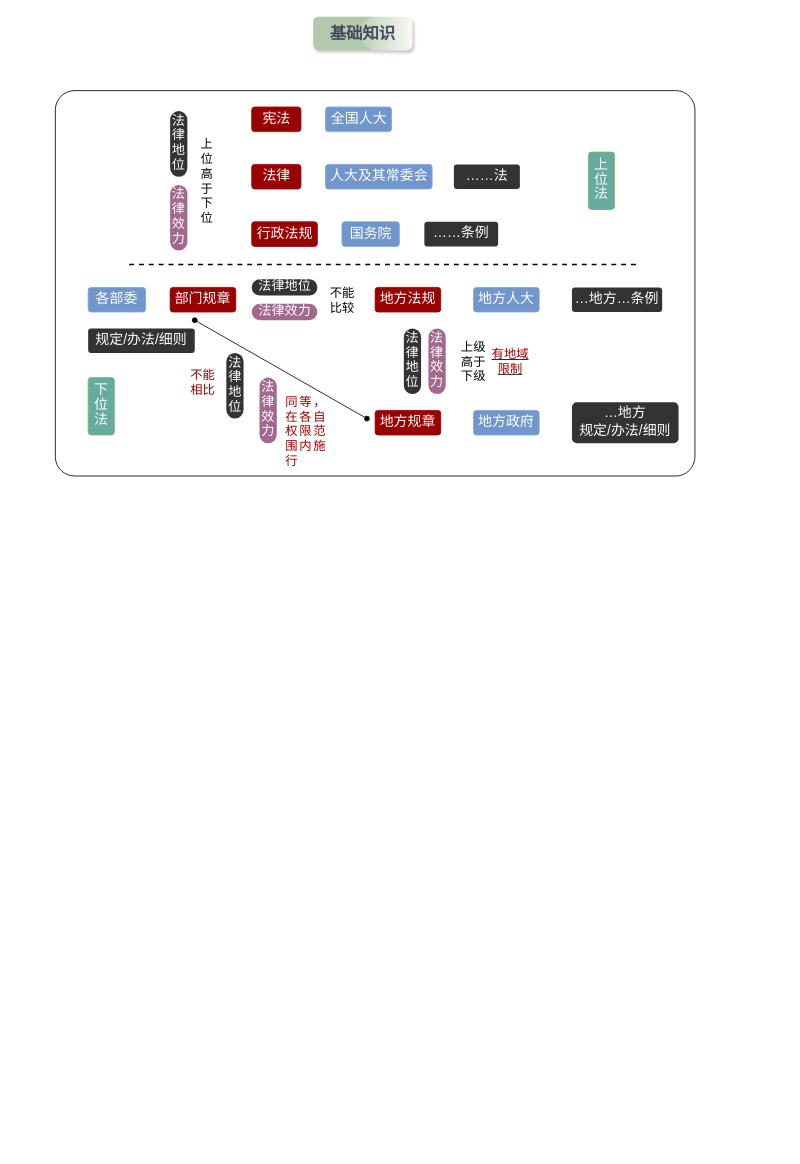
Above: page "第 2 页" (2 of 3) of draw_book/安全法规/安全生产法.drawio in beijiushare/GraphNote (draw.io), before the change. Source tidied: cells renumbered, new cells numbered last; positions are measured from the earlier drawing's top-left corner, leaving out a move shared by most shapes. Both pictures are drawn from the tidied source at 82%, with x=0, y=0 at pixel (55, 16).
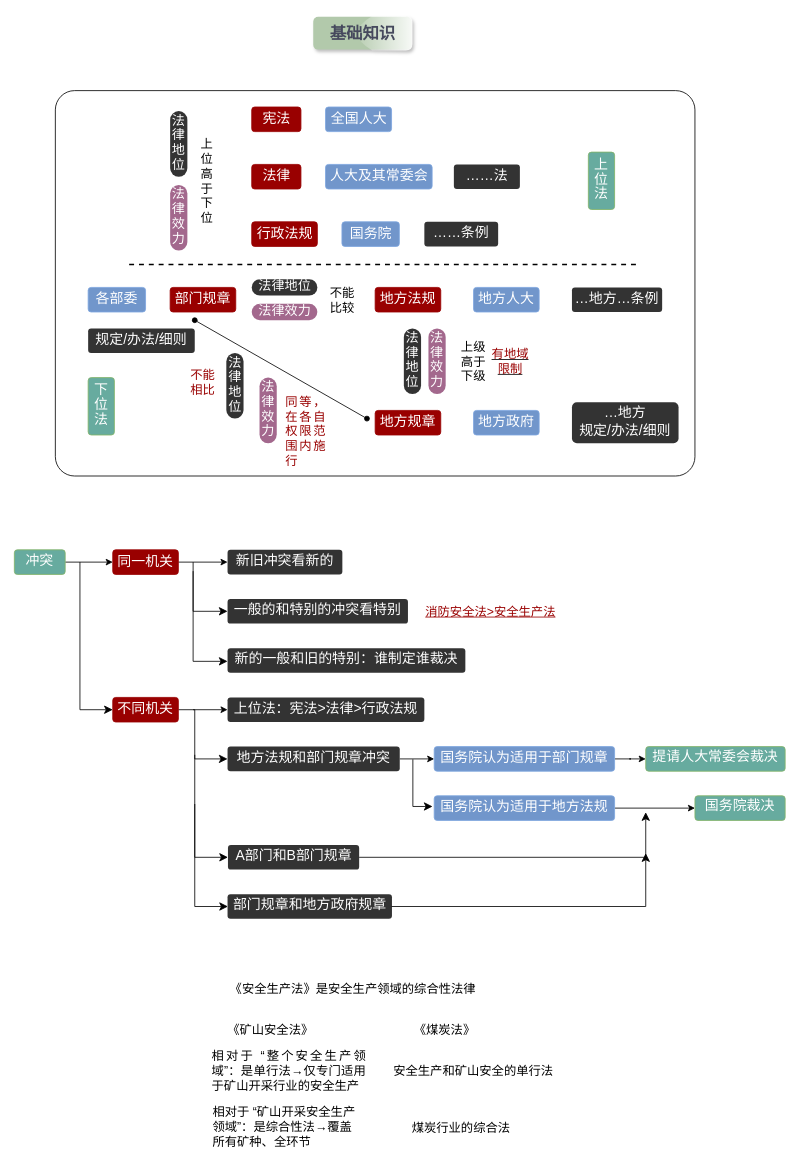
Above is the later version.

Commit message:
更新安全生产法.drawio

What changed in the source:
```diff
@@
+    <mxCell id="39" style="edgeStyle=orthogonalEdgeStyle;rounded=0;jettySize=auto;html=1;fontFamily=霞鹜文楷;fontSize=15;fontColor=default;" parent="1" edge="1" source="40" target="42">
+      <mxGeometry relative="1" as="geometry" />
+    </mxCell>
+    <mxCell id="40" value="&lt;font style=&quot;color: rgb(255, 255, 255); line-height: 100%; font-size: 17px;&quot;&gt;冲突&lt;/font&gt;" style="rounded=1;whiteSpace=wrap;html=1;align=center;verticalAlign=middle;fontFamily=霞鹜文楷;fontSize=15;fillColor=#67AB9F;strokeColor=#82b366;arcSize=12;spacing=2;spacingBottom=4;" parent="1" vertex="1">
+      <mxGeometry x="-50" y="650" width="62" height="30" as="geometry" />
+    </mxCell>
+    <mxCell id="41" style="edgeStyle=orthogonalEdgeStyle;rounded=0;jettySize=auto;html=1;fontFamily=霞鹜文楷;fontSize=15;fontColor=default;" parent="1" edge="1" source="42" target="46">
+      <mxGeometry relative="1" as="geometry" />
+    </mxCell>
+    <mxCell id="42" value="&lt;font style=&quot;color: rgb(255, 255, 255); line-height: 100%; font-size: 17px;&quot;&gt;同一机关&lt;/font&gt;" style="rounded=1;whiteSpace=wrap;html=1;align=center;verticalAlign=middle;fontFamily=霞鹜文楷;fontSize=15;fillColor=#990000;strokeColor=#990000;arcSize=12;spacing=2;spacingBottom=3;" parent="1" vertex="1">
+      <mxGeometry x="70" y="650" width="80" height="30" as="geometry" />
+    </mxCell>
+    <mxCell id="43" style="edgeStyle=orthogonalEdgeStyle;rounded=0;jettySize=auto;html=1;fontFamily=霞鹜文楷;fontSize=15;fontColor=default;" parent="1" edge="1" source="44" target="50">
+      <mxGeometry relative="1" as="geometry" />
+    </mxCell>
+    <mxCell id="44" value="&lt;font style=&quot;color: rgb(255, 255, 255); line-height: 100%; font-size: 17px;&quot;&gt;不同机关&lt;/font&gt;" style="rounded=1;whiteSpace=wrap;html=1;align=center;verticalAlign=middle;fontFamily=霞鹜文楷;fontSize=15;fillColor=#990000;strokeColor=#990000;arcSize=12;spacing=2;spacingBottom=3;" parent="1" vertex="1">
+      <mxGeometry x="70" y="830" width="80" height="30" as="geometry" />
+    </mxCell>
+    <mxCell id="45" style="edgeStyle=segmentEdgeStyle;endArrow=classic;html=1;curved=0;rounded=0;endSize=8;startSize=8;fontFamily=霞鹜文楷;fontSize=15;fontColor=default;entryX=0;entryY=0.5;entryDx=0;entryDy=0;" parent="1" edge="1" target="44">
+      <mxGeometry relative="1" as="geometry">
+        <mxPoint x="30" y="665" as="sourcePoint" />
+        <Array as="points">
+          <mxPoint x="30" y="845" />
+        </Array>
+      </mxGeometry>
+    </mxCell>
+    <mxCell id="46" value="&lt;font color=&quot;#ffffff&quot;&gt;&lt;span style=&quot;font-size: 17px;&quot;&gt;新旧冲突看新的&lt;/span&gt;&lt;/font&gt;" style="rounded=1;whiteSpace=wrap;html=1;align=center;verticalAlign=middle;fontFamily=霞鹜文楷;fontSize=15;fillColor=#333333;strokeColor=none;arcSize=12;spacing=2;spacingBottom=3;" parent="1" vertex="1">
+      <mxGeometry x="210" y="650" width="140" height="30" as="geometry" />
+    </mxCell>
+    <mxCell id="47" value="&lt;font color=&quot;#ffffff&quot;&gt;&lt;span style=&quot;font-size: 17px;&quot;&gt;一般的和特别的冲突看特别&lt;/span&gt;&lt;/font&gt;" style="rounded=1;whiteSpace=wrap;html=1;align=center;verticalAlign=middle;fontFamily=霞鹜文楷;fontSize=15;fillColor=#333333;strokeColor=none;arcSize=12;spacing=2;spacingBottom=3;" parent="1" vertex="1">
+      <mxGeometry x="210" y="710" width="220" height="30" as="geometry" />
+    </mxCell>
+    <mxCell id="48" value="&lt;font style=&quot;color: rgb(153, 0, 0);&quot;&gt;&lt;u&gt;消防安全法&amp;gt;安全生产法&lt;/u&gt;&lt;/font&gt;" style="text;html=1;whiteSpace=wrap;strokeColor=none;fillColor=none;align=center;verticalAlign=middle;rounded=0;fontFamily=霞鹜文楷;fontSize=15;fontColor=default;" parent="1" vertex="1">
+      <mxGeometry x="436" y="710" width="190" height="30" as="geometry" />
+    </mxCell>
+    <mxCell id="49" value="&lt;font color=&quot;#ffffff&quot;&gt;&lt;span style=&quot;font-size: 17px;&quot;&gt;新的一般和旧的特别：谁制定谁裁决&lt;/span&gt;&lt;/font&gt;" style="rounded=1;whiteSpace=wrap;html=1;align=center;verticalAlign=middle;fontFamily=霞鹜文楷;fontSize=15;fillColor=#333333;strokeColor=none;arcSize=12;spacing=2;spacingBottom=3;" parent="1" vertex="1">
+      <mxGeometry x="210" y="770" width="290" height="30" as="geometry" />
+    </mxCell>
+    <mxCell id="50" value="&lt;font color=&quot;#ffffff&quot;&gt;&lt;span style=&quot;font-size: 17px;&quot;&gt;上位法：宪法&amp;gt;法律&amp;gt;行政法规&lt;/span&gt;&lt;/font&gt;" style="rounded=1;whiteSpace=wrap;html=1;align=center;verticalAlign=middle;fontFamily=霞鹜文楷;fontSize=15;fillColor=#333333;strokeColor=none;arcSize=12;spacing=2;spacingBottom=3;" parent="1" vertex="1">
+      <mxGeometry x="210" y="830" width="240" height="30" as="geometry" />
+    </mxCell>
+    <mxCell id="51" style="edgeStyle=orthogonalEdgeStyle;rounded=0;jettySize=auto;html=1;fontFamily=霞鹜文楷;fontSize=15;fontColor=default;" parent="1" edge="1" source="52" target="58">
+      <mxGeometry relative="1" as="geometry" />
+    </mxCell>
+    <mxCell id="52" value="&lt;font color=&quot;#ffffff&quot;&gt;&lt;span style=&quot;font-size: 17px;&quot;&gt;地方法规和部门规章冲突&lt;/span&gt;&lt;/font&gt;" style="rounded=1;whiteSpace=wrap;html=1;align=center;verticalAlign=middle;fontFamily=霞鹜文楷;fontSize=15;fillColor=#333333;strokeColor=none;arcSize=12;spacing=2;spacingBottom=3;" parent="1" vertex="1">
+      <mxGeometry x="210" y="890" width="210" height="30" as="geometry" />
+    </mxCell>
+    <mxCell id="53" value="&lt;font color=&quot;#ffffff&quot;&gt;&lt;span style=&quot;font-size: 17px;&quot;&gt;A部门和B部门规章&lt;/span&gt;&lt;/font&gt;" style="rounded=1;whiteSpace=wrap;html=1;align=center;verticalAlign=middle;fontFamily=霞鹜文楷;fontSize=15;fillColor=#333333;strokeColor=none;arcSize=12;spacing=2;spacingBottom=3;" parent="1" vertex="1">
+      <mxGeometry x="210.5" y="1010" width="160" height="30" as="geometry" />
+    </mxCell>
+    <mxCell id="54" value="&lt;font color=&quot;#ffffff&quot;&gt;&lt;span style=&quot;font-size: 17px;&quot;&gt;部门规章和地方政府规章&lt;/span&gt;&lt;/font&gt;" style="rounded=1;whiteSpace=wrap;html=1;align=center;verticalAlign=middle;fontFamily=霞鹜文楷;fontSize=15;fillColor=#333333;strokeColor=none;arcSize=12;spacing=2;spacingBottom=3;" parent="1" vertex="1">
+      <mxGeometry x="210" y="1070" width="200.5" height="30" as="geometry" />
+    </mxCell>
+    <mxCell id="55" style="edgeStyle=orthogonalEdgeStyle;rounded=0;jettySize=auto;html=1;fontFamily=霞鹜文楷;fontSize=15;fontColor=default;" parent="1" edge="1" source="56" target="60">
+      <mxGeometry relative="1" as="geometry" />
+    </mxCell>
+    <mxCell id="56" value="&lt;font color=&quot;#ffffff&quot;&gt;&lt;span style=&quot;font-size: 17px;&quot;&gt;国务院认为适用于地方法规&lt;/span&gt;&lt;/font&gt;" style="rounded=1;whiteSpace=wrap;html=1;align=center;verticalAlign=middle;fontFamily=霞鹜文楷;fontSize=15;fillColor=#7196CB;strokeColor=#7EA6E0;arcSize=12;spacing=2;spacingBottom=3;" parent="1" vertex="1">
+      <mxGeometry x="462" y="950" width="220" height="30" as="geometry" />
+    </mxCell>
+    <mxCell id="57" style="edgeStyle=orthogonalEdgeStyle;rounded=0;jettySize=auto;html=1;fontFamily=霞鹜文楷;fontSize=15;fontColor=default;" parent="1" edge="1" source="58" target="59">
+      <mxGeometry relative="1" as="geometry" />
+    </mxCell>
+    <mxCell id="58" value="&lt;font color=&quot;#ffffff&quot;&gt;&lt;span style=&quot;font-size: 17px;&quot;&gt;国务院认为适用于部门规章&lt;/span&gt;&lt;/font&gt;" style="rounded=1;whiteSpace=wrap;html=1;align=center;verticalAlign=middle;fontFamily=霞鹜文楷;fontSize=15;fillColor=#7196CB;strokeColor=#7EA6E0;arcSize=12;spacing=2;spacingBottom=3;" parent="1" vertex="1">
+      <mxGeometry x="462" y="890" width="220" height="30" as="geometry" />
+    </mxCell>
+    <mxCell id="59" value="&lt;font color=&quot;#ffffff&quot;&gt;&lt;span style=&quot;font-size: 17px;&quot;&gt;提请人大常委会裁决&lt;/span&gt;&lt;/font&gt;" style="rounded=1;whiteSpace=wrap;html=1;align=center;verticalAlign=middle;fontFamily=霞鹜文楷;fontSize=15;fillColor=#67AB9F;strokeColor=#82b366;arcSize=12;spacing=2;spacingBottom=4;" parent="1" vertex="1">
+      <mxGeometry x="720" y="890" width="170" height="30" as="geometry" />
+    </mxCell>
+    <mxCell id="60" value="&lt;font color=&quot;#ffffff&quot;&gt;&lt;span style=&quot;font-size: 17px;&quot;&gt;国务院裁决&lt;/span&gt;&lt;/font&gt;" style="rounded=1;whiteSpace=wrap;html=1;align=center;verticalAlign=middle;fontFamily=霞鹜文楷;fontSize=15;fillColor=#67AB9F;strokeColor=#82b366;arcSize=12;spacing=2;spacingBottom=4;" parent="1" vertex="1">
+      <mxGeometry x="780" y="950" width="110" height="30" as="geometry" />
+    </mxCell>
+    <mxCell id="61" style="edgeStyle=segmentEdgeStyle;endArrow=classic;html=1;curved=0;rounded=0;endSize=8;startSize=8;fontFamily=霞鹜文楷;fontSize=15;fontColor=default;exitX=1;exitY=0.5;exitDx=0;exitDy=0;" parent="1" edge="1" source="53">
+      <mxGeometry relative="1" as="geometry">
+        <mxPoint x="720" y="970" as="targetPoint" />
+      </mxGeometry>
+    </mxCell>
+    <mxCell id="62" style="edgeStyle=segmentEdgeStyle;endArrow=classic;html=1;curved=0;rounded=0;endSize=8;startSize=8;fontFamily=霞鹜文楷;fontSize=15;fontColor=default;exitX=1;exitY=0.5;exitDx=0;exitDy=0;" parent="1" edge="1">
+      <mxGeometry relative="1" as="geometry">
+        <mxPoint x="410" y="1085" as="sourcePoint" />
+        <mxPoint x="720" y="1020" as="targetPoint" />
+      </mxGeometry>
+    </mxCell>
+    <mxCell id="63" style="edgeStyle=segmentEdgeStyle;endArrow=classic;html=1;curved=0;rounded=0;endSize=8;startSize=8;fontFamily=霞鹜文楷;fontSize=15;fontColor=default;entryX=0;entryY=0.5;entryDx=0;entryDy=0;" parent="1" edge="1" target="47">
+      <mxGeometry relative="1" as="geometry">
+        <mxPoint x="168" y="665" as="sourcePoint" />
+        <Array as="points">
+          <mxPoint x="168" y="725" />
+        </Array>
+      </mxGeometry>
+    </mxCell>
+    <mxCell id="64" style="edgeStyle=segmentEdgeStyle;endArrow=classic;html=1;curved=0;rounded=0;endSize=8;startSize=8;fontFamily=霞鹜文楷;fontSize=15;fontColor=default;entryX=0;entryY=0.5;entryDx=0;entryDy=0;" parent="1" edge="1">
+      <mxGeometry relative="1" as="geometry">
+        <mxPoint x="168" y="676" as="sourcePoint" />
+        <mxPoint x="210" y="786" as="targetPoint" />
+        <Array as="points">
+          <mxPoint x="168" y="786" />
+        </Array>
+      </mxGeometry>
+    </mxCell>
+    <mxCell id="65" style="edgeStyle=segmentEdgeStyle;endArrow=classic;html=1;curved=0;rounded=0;endSize=8;startSize=8;fontFamily=霞鹜文楷;fontSize=15;fontColor=default;entryX=0;entryY=0.5;entryDx=0;entryDy=0;" parent="1" edge="1">
+      <mxGeometry relative="1" as="geometry">
+        <mxPoint x="168" y="845" as="sourcePoint" />
+        <mxPoint x="210" y="905" as="targetPoint" />
+        <Array as="points">
+          <mxPoint x="170" y="845" />
+          <mxPoint x="170" y="905" />
+        </Array>
+      </mxGeometry>
+    </mxCell>
+    <mxCell id="66" style="edgeStyle=segmentEdgeStyle;endArrow=classic;html=1;curved=0;rounded=0;endSize=8;startSize=8;fontFamily=霞鹜文楷;fontSize=15;fontColor=default;entryX=0;entryY=0.5;entryDx=0;entryDy=0;" parent="1" edge="1">
+      <mxGeometry relative="1" as="geometry">
+        <mxPoint x="170" y="900" as="sourcePoint" />
+        <mxPoint x="210.5" y="1025" as="targetPoint" />
+        <Array as="points">
+          <mxPoint x="170" y="900" />
+          <mxPoint x="170" y="1025" />
+        </Array>
+      </mxGeometry>
+    </mxCell>
+    <mxCell id="67" style="edgeStyle=segmentEdgeStyle;endArrow=classic;html=1;curved=0;rounded=0;endSize=8;startSize=8;fontFamily=霞鹜文楷;fontSize=15;fontColor=default;entryX=0;entryY=0.5;entryDx=0;entryDy=0;" parent="1" edge="1">
+      <mxGeometry relative="1" as="geometry">
+        <mxPoint x="170" y="960" as="sourcePoint" />
+        <mxPoint x="210.5" y="1085" as="targetPoint" />
+        <Array as="points">
+          <mxPoint x="170" y="960" />
+          <mxPoint x="170" y="1085" />
+        </Array>
+      </mxGeometry>
+    </mxCell>
+    <mxCell id="68" style="edgeStyle=segmentEdgeStyle;endArrow=classic;html=1;curved=0;rounded=0;endSize=8;startSize=8;fontFamily=霞鹜文楷;fontSize=15;fontColor=default;" parent="1" edge="1">
+      <mxGeometry relative="1" as="geometry">
+        <mxPoint x="436" y="905.5" as="sourcePoint" />
+        <mxPoint x="460" y="963" as="targetPoint" />
+        <Array as="points">
+          <mxPoint x="436" y="905.5" />
+          <mxPoint x="436" y="1030.5" />
+        </Array>
+      </mxGeometry>
+    </mxCell>
+    <mxCell id="69" value="《安全生产法》是安全生产领域的综合性法律" style="text;whiteSpace=wrap;fontFamily=霞鹜文楷;fontSize=15;fontColor=default;" parent="1" vertex="1">
+      <mxGeometry x="210.5" y="1170" width="330" height="40" as="geometry" />
+    </mxCell>
+    <mxCell id="70" value="《矿山安全法》" style="text;html=1;whiteSpace=wrap;strokeColor=none;fillColor=none;align=center;verticalAlign=middle;rounded=0;fontFamily=霞鹜文楷;fontSize=15;fontColor=default;" parent="1" vertex="1">
+      <mxGeometry x="208.5" y="1220" width="100" height="30" as="geometry" />
+    </mxCell>
+    <mxCell id="71" value="《煤炭法》" style="text;html=1;whiteSpace=wrap;strokeColor=none;fillColor=none;align=center;verticalAlign=middle;rounded=0;fontFamily=霞鹜文楷;fontSize=15;fontColor=default;" parent="1" vertex="1">
+      <mxGeometry x="425" y="1220" width="100" height="30" as="geometry" />
+    </mxCell>
+    <mxCell id="72" value="煤炭行业的综合法" style="text;html=1;whiteSpace=wrap;strokeColor=none;fillColor=none;align=center;verticalAlign=middle;rounded=0;fontFamily=霞鹜文楷;fontSize=15;fontColor=default;" parent="1" vertex="1">
+      <mxGeometry x="425" y="1340" width="140" height="30" as="geometry" />
+    </mxCell>
+    <mxCell id="73" value="安全生产和矿山安全的单行法" style="text;html=1;whiteSpace=wrap;strokeColor=none;fillColor=none;align=center;verticalAlign=middle;rounded=0;fontFamily=霞鹜文楷;fontSize=15;fontColor=default;" parent="1" vertex="1">
+      <mxGeometry x="390" y="1270" width="240" height="30" as="geometry" />
+    </mxCell>
+    <mxCell id="74" value="&lt;div style=&quot;text-align: justify;&quot;&gt;&lt;span style=&quot;background-color: transparent; color: light-dark(rgb(0, 0, 0), rgb(255, 255, 255));&quot;&gt;相对于 “整个安全生产领域”：是单行法→仅专门适用于矿山开采行业的安全生产&lt;/span&gt;&lt;/div&gt;" style="text;html=1;whiteSpace=wrap;strokeColor=none;fillColor=none;align=center;verticalAlign=middle;rounded=0;fontFamily=霞鹜文楷;fontSize=15;fontColor=default;" parent="1" vertex="1">
+      <mxGeometry x="190" y="1270" width="190" height="30" as="geometry" />
+    </mxCell>
+    <mxCell id="75" value="相对于 “矿山开采安全生产领域”：是综合性法→覆盖所有矿种、全环节" style="text;whiteSpace=wrap;fontFamily=霞鹜文楷;fontSize=15;fontColor=default;" parent="1" vertex="1">
+      <mxGeometry x="190" y="1320" width="185" height="40" as="geometry" />
+    </mxCell>
```
